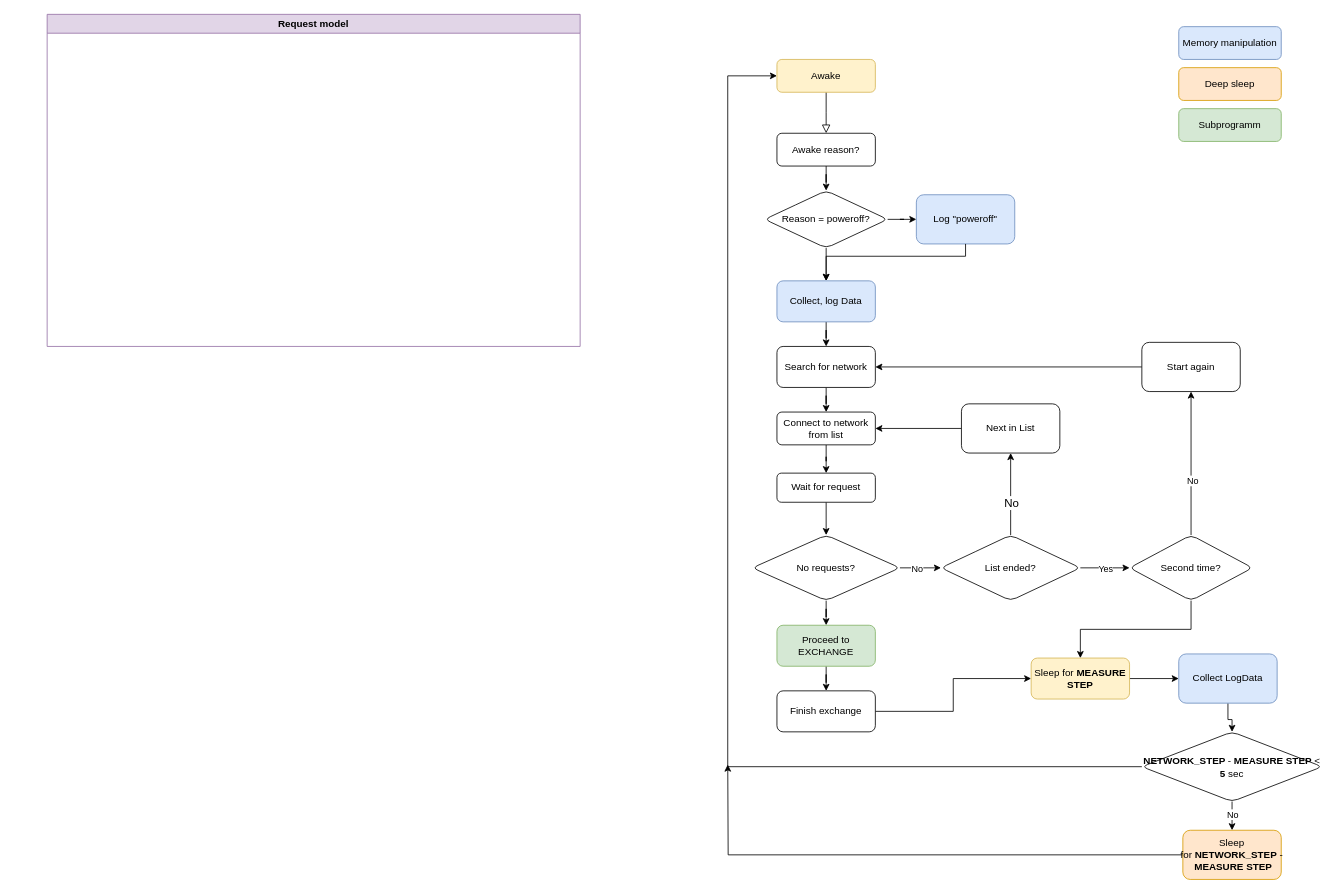
Oleks0ir/sunlight keeps this draw.io diagram as Main.drawio. Above is the earlier version. Source tidied: cells renumbered, new cells numbered last; positions are measured from the earlier drawing's top-left corner, leaving out a move shared by most shapes. Both pictures are drawn from the tidied source at 82%, with x=0, y=0 at pixel (47, 14).
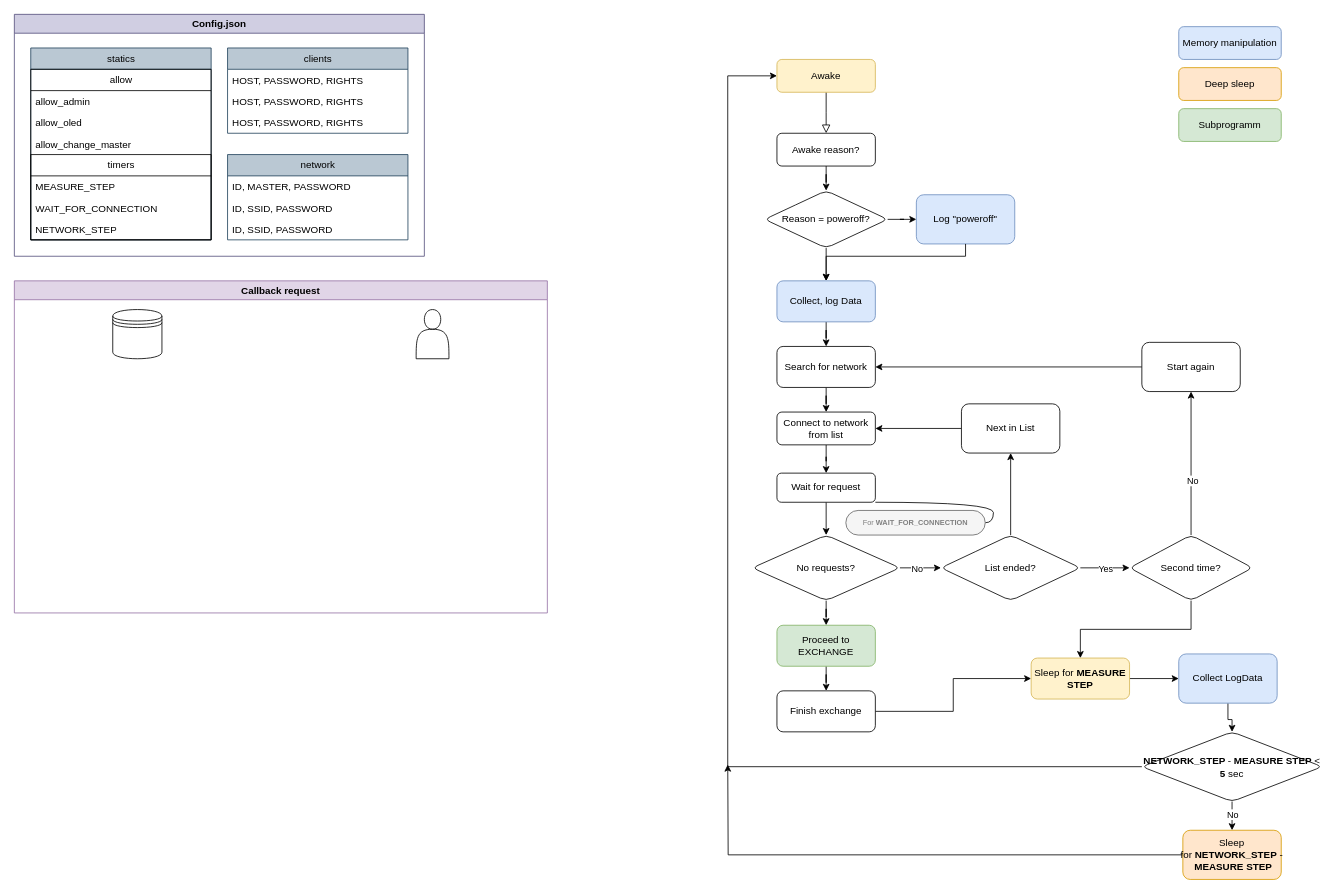
Above is the later version.

The change refers to these unchanged cells:
```xml
<mxCell id="27" value="List ended?" style="rhombus;whiteSpace=wrap;html=1;rounded=1;arcSize=15;" parent="1" vertex="1">
  <mxGeometry x="1090" y="635" width="170" height="80" as="geometry" />
</mxCell>
<mxCell id="29" value="Next in List" style="whiteSpace=wrap;html=1;rounded=1;arcSize=15;" parent="1" vertex="1">
  <mxGeometry x="1115" y="475" width="120" height="60" as="geometry" />
</mxCell>
```

The edit, as a diff of the source:
```diff
@@
-    <mxCell id="23" style="edgeStyle=orthogonalEdgeStyle;rounded=0;jettySize=auto;html=1;flowAnimation=0;" parent="1" edge="1" source="27" target="29">
-      <mxGeometry relative="1" as="geometry" />
-    </mxCell>
-    <mxCell id="24" value="No" style="edgeLabel;html=1;align=center;verticalAlign=middle;fontSize=14;" parent="23" vertex="1">
-      <mxGeometry x="0.2" y="-2" relative="1" as="geometry">
-        <mxPoint x="-2" y="20" as="offset" />
-      </mxGeometry>
-    </mxCell>
@@
+    <mxCell id="23" style="edgeStyle=orthogonalEdgeStyle;rounded=0;jettySize=auto;html=1;exitX=0.5;exitY=0;exitDx=0;exitDy=0;entryX=0.5;entryY=1;entryDx=0;entryDy=0;" parent="1" edge="1" source="27" target="29">
+      <mxGeometry relative="1" as="geometry" />
+    </mxCell>
@@
-    <mxCell id="53" value="Request model" style="swimlane;fillColor=#e1d5e7;strokeColor=#9673a6;" parent="1" vertex="1">
-      <mxGeometry width="650" height="405" as="geometry" />
+    <mxCell id="53" value="Callback request" style="swimlane;fillColor=#e1d5e7;strokeColor=#9673a6;" parent="1" vertex="1">
+      <mxGeometry x="-40" y="325" width="650" height="405" as="geometry" />
     </mxCell>
+    <mxCell id="54" style="shape=actor;whiteSpace=wrap;html=1;" parent="53" vertex="1">
+      <mxGeometry x="490" y="35" width="40" height="60" as="geometry" />
+    </mxCell>
+    <mxCell id="55" style="shape=datastore;whiteSpace=wrap;html=1;" parent="53" vertex="1">
+      <mxGeometry x="120" y="35" width="60" height="60" as="geometry" />
+    </mxCell>
+    <mxCell id="56" value="Config.json" style="swimlane;fillColor=#d0cee2;strokeColor=#56517e;" parent="1" vertex="1">
+      <mxGeometry x="-40" width="500" height="295" as="geometry" />
+    </mxCell>
+    <mxCell id="57" value="network" style="swimlane;fontStyle=0;horizontal=1;startSize=26;fillColor=#bac8d3;html=1;strokeColor=#23445d;" parent="56" vertex="1">
+      <mxGeometry x="260" y="171" width="220" height="104" as="geometry" />
+    </mxCell>
+    <mxCell id="58" value="ID, MASTER, PASSWORD&amp;nbsp;" style="text;strokeColor=none;fillColor=none;align=left;verticalAlign=top;spacingLeft=4;spacingRight=4;overflow=hidden;whiteSpace=wrap;html=1;" parent="57" vertex="1">
+      <mxGeometry y="26" width="220" height="26" as="geometry" />
+    </mxCell>
+    <mxCell id="59" value="ID, SSID, PASSWORD" style="text;strokeColor=none;fillColor=none;align=left;verticalAlign=top;spacingLeft=4;spacingRight=4;overflow=hidden;whiteSpace=wrap;html=1;" parent="57" vertex="1">
+      <mxGeometry y="52" width="220" height="26" as="geometry" />
+    </mxCell>
+    <mxCell id="60" value="ID, SSID, PASSWORD" style="text;strokeColor=none;fillColor=none;align=left;verticalAlign=top;spacingLeft=4;spacingRight=4;overflow=hidden;whiteSpace=wrap;html=1;" parent="57" vertex="1">
+      <mxGeometry y="78" width="220" height="26" as="geometry" />
+    </mxCell>
+    <mxCell id="61" value="clients" style="swimlane;fontStyle=0;horizontal=1;startSize=26;fillColor=#bac8d3;html=1;strokeColor=#23445d;" parent="56" vertex="1">
+      <mxGeometry x="260" y="41" width="220" height="104" as="geometry" />
+    </mxCell>
+    <mxCell id="62" value="HOST, PASSWORD, RIGHTS" style="text;strokeColor=none;fillColor=none;align=left;verticalAlign=top;spacingLeft=4;spacingRight=4;overflow=hidden;whiteSpace=wrap;html=1;" parent="61" vertex="1">
+      <mxGeometry y="26" width="220" height="26" as="geometry" />
+    </mxCell>
+    <mxCell id="63" value="HOST, PASSWORD, RIGHTS" style="text;strokeColor=none;fillColor=none;align=left;verticalAlign=top;spacingLeft=4;spacingRight=4;overflow=hidden;whiteSpace=wrap;html=1;" parent="61" vertex="1">
+      <mxGeometry y="52" width="220" height="26" as="geometry" />
+    </mxCell>
+    <mxCell id="64" value="HOST, PASSWORD, RIGHTS" style="text;strokeColor=none;fillColor=none;align=left;verticalAlign=top;spacingLeft=4;spacingRight=4;overflow=hidden;whiteSpace=wrap;html=1;" parent="61" vertex="1">
+      <mxGeometry y="78" width="220" height="26" as="geometry" />
+    </mxCell>
+    <mxCell id="65" value="statics" style="swimlane;fontStyle=0;horizontal=1;startSize=26;fillColor=#bac8d3;html=1;strokeColor=#23445d;" parent="56" vertex="1">
+      <mxGeometry x="20" y="41" width="220" height="234" as="geometry" />
+    </mxCell>
+    <mxCell id="66" value="allow" style="swimlane;fontStyle=0;horizontal=1;startSize=26;fillColor=none;html=1;" parent="65" vertex="1">
+      <mxGeometry y="26" width="220" height="208" as="geometry" />
+    </mxCell>
+    <mxCell id="67" value="allow_admin" style="text;strokeColor=none;fillColor=none;align=left;verticalAlign=top;spacingLeft=4;spacingRight=4;overflow=hidden;whiteSpace=wrap;html=1;" parent="66" vertex="1">
+      <mxGeometry y="26" width="220" height="26" as="geometry" />
+    </mxCell>
+    <mxCell id="68" value="allow_oled" style="text;strokeColor=none;fillColor=none;align=left;verticalAlign=top;spacingLeft=4;spacingRight=4;overflow=hidden;whiteSpace=wrap;html=1;" parent="66" vertex="1">
+      <mxGeometry y="52" width="220" height="26" as="geometry" />
+    </mxCell>
+    <mxCell id="69" value="allow_change_master" style="text;strokeColor=none;fillColor=none;align=left;verticalAlign=top;spacingLeft=4;spacingRight=4;overflow=hidden;whiteSpace=wrap;html=1;" parent="66" vertex="1">
+      <mxGeometry y="78" width="220" height="26" as="geometry" />
+    </mxCell>
+    <mxCell id="70" value="timers" style="swimlane;fontStyle=0;horizontal=1;startSize=26;fillColor=none;html=1;" parent="66" vertex="1">
+      <mxGeometry y="104" width="220" height="104" as="geometry" />
+    </mxCell>
+    <mxCell id="71" value="MEASURE_STEP" style="text;strokeColor=none;fillColor=none;align=left;verticalAlign=top;spacingLeft=4;spacingRight=4;overflow=hidden;whiteSpace=wrap;html=1;" parent="70" vertex="1">
+      <mxGeometry y="26" width="220" height="26" as="geometry" />
+    </mxCell>
+    <mxCell id="72" value="WAIT_FOR_CONNECTION" style="text;strokeColor=none;fillColor=none;align=left;verticalAlign=top;spacingLeft=4;spacingRight=4;overflow=hidden;whiteSpace=wrap;html=1;" parent="70" vertex="1">
+      <mxGeometry y="52" width="220" height="26" as="geometry" />
+    </mxCell>
+    <mxCell id="73" value="NETWORK_STEP" style="text;strokeColor=none;fillColor=none;align=left;verticalAlign=top;spacingLeft=4;spacingRight=4;overflow=hidden;whiteSpace=wrap;html=1;" parent="70" vertex="1">
+      <mxGeometry y="78" width="220" height="26" as="geometry" />
+    </mxCell>
+    <mxCell id="74" style="edgeStyle=entityRelationEdgeStyle;startArrow=none;endArrow=none;segment=10;curved=1;sourcePerimeterSpacing=0;targetPerimeterSpacing=0;rounded=0;" parent="1" edge="1" target="75">
+      <mxGeometry relative="1" as="geometry">
+        <mxPoint x="1010" y="595" as="sourcePoint" />
+      </mxGeometry>
+    </mxCell>
+    <mxCell id="75" value="For&lt;b style=&quot;font-size: 9px;&quot;&gt; WAIT_FOR_CONNECTION&lt;/b&gt;" style="whiteSpace=wrap;html=1;rounded=1;arcSize=50;align=center;verticalAlign=middle;strokeWidth=1;spacing=4;newEdgeStyle={&quot;edgeStyle&quot;:&quot;entityRelationEdgeStyle&quot;,&quot;startArrow&quot;:&quot;none&quot;,&quot;endArrow&quot;:&quot;none&quot;,&quot;segment&quot;:10,&quot;curved&quot;:1,&quot;sourcePerimeterSpacing&quot;:0,&quot;targetPerimeterSpacing&quot;:0};fillColor=#f5f5f5;fontColor=#333333;strokeColor=#666666;textOpacity=60;fontSize=9;" parent="1" vertex="1" collapsed="1">
+      <mxGeometry x="974" y="605" width="170" height="30" as="geometry" />
+    </mxCell>
```
